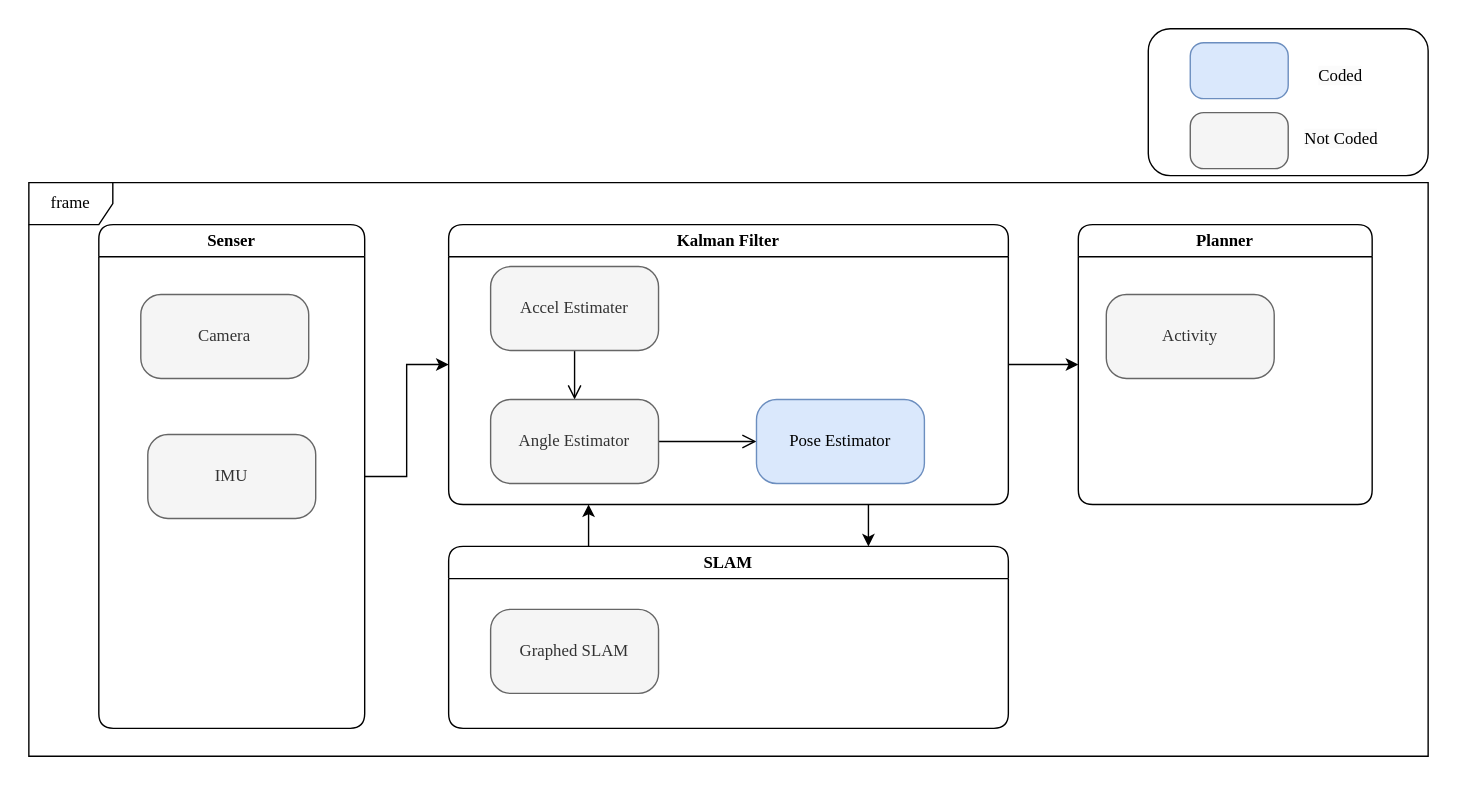
Above: static/architecture.svg in hender14/robotics (draw.io), before the change. Source tidied: cells renumbered, new cells last; positions are measured from the earlier drawing's top-left corner, leaving out a move shared by most shapes. Source of this version:
```xml
<mxGraphModel>
  <root>
    <mxCell id="0" />
    <mxCell id="1" parent="0" />
    <mxCell id="2" value="frame" style="shape=umlFrame;whiteSpace=wrap;html=1;rounded=1;shadow=0;comic=0;labelBackgroundColor=none;strokeWidth=1;fontFamily=Verdana;fontSize=12;align=center;" parent="1" vertex="1">
      <mxGeometry y="110" width="1000" height="410" as="geometry" />
    </mxCell>
    <mxCell id="3" style="edgeStyle=orthogonalEdgeStyle;rounded=0;jettySize=auto;html=1;exitX=1;exitY=0.5;exitDx=0;exitDy=0;entryX=0;entryY=0.5;entryDx=0;entryDy=0;" parent="1" edge="1" source="4" target="9">
      <mxGeometry relative="1" as="geometry" />
    </mxCell>
    <mxCell id="4" value="Senser" style="swimlane;whiteSpace=wrap;html=1;rounded=1;shadow=0;comic=0;labelBackgroundColor=none;strokeWidth=1;fontFamily=Verdana;fontSize=12;align=center;" parent="1" vertex="1">
      <mxGeometry x="50" y="140" width="190" height="360" as="geometry" />
    </mxCell>
    <mxCell id="5" value="Camera" style="rounded=1;whiteSpace=wrap;html=1;arcSize=24;fillColor=#f5f5f5;strokeColor=#666666;shadow=0;comic=0;labelBackgroundColor=none;fontFamily=Verdana;fontSize=12;fontColor=#333333;align=center;" parent="4" vertex="1">
      <mxGeometry x="30" y="50" width="120" height="60" as="geometry" />
    </mxCell>
    <mxCell id="6" value="IMU" style="rounded=1;whiteSpace=wrap;html=1;arcSize=24;fillColor=#f5f5f5;strokeColor=#666666;shadow=0;comic=0;labelBackgroundColor=none;fontFamily=Verdana;fontSize=12;fontColor=#333333;align=center;" parent="4" vertex="1">
      <mxGeometry x="35" y="150" width="120" height="60" as="geometry" />
    </mxCell>
    <mxCell id="7" style="edgeStyle=orthogonalEdgeStyle;rounded=0;jettySize=auto;html=1;exitX=1;exitY=0.5;exitDx=0;exitDy=0;entryX=0;entryY=0.5;entryDx=0;entryDy=0;" parent="1" edge="1" source="9" target="15">
      <mxGeometry relative="1" as="geometry" />
    </mxCell>
    <mxCell id="8" style="edgeStyle=orthogonalEdgeStyle;rounded=0;jettySize=auto;html=1;entryX=0.75;entryY=0;entryDx=0;entryDy=0;exitX=0.75;exitY=1;exitDx=0;exitDy=0;" parent="1" edge="1" source="9" target="18">
      <mxGeometry relative="1" as="geometry" />
    </mxCell>
    <mxCell id="9" value="Kalman Filter" style="swimlane;whiteSpace=wrap;html=1;rounded=1;shadow=0;comic=0;labelBackgroundColor=none;strokeWidth=1;fontFamily=Verdana;fontSize=12;align=center;startSize=23;" parent="1" vertex="1">
      <mxGeometry x="300" y="140" width="400" height="200" as="geometry" />
    </mxCell>
    <mxCell id="10" style="edgeStyle=elbowEdgeStyle;html=1;labelBackgroundColor=none;endArrow=open;endSize=8;strokeColor=#000000;fontFamily=Verdana;fontSize=12;align=left;" parent="9" edge="1" source="11" target="13">
      <mxGeometry relative="1" as="geometry" />
    </mxCell>
    <mxCell id="11" value="Accel Estimater" style="rounded=1;whiteSpace=wrap;html=1;arcSize=24;shadow=0;comic=0;labelBackgroundColor=none;fontFamily=Verdana;fontSize=12;align=center;fillColor=#f5f5f5;fontColor=#333333;strokeColor=#666666;" parent="9" vertex="1">
      <mxGeometry x="30" y="30" width="120" height="60" as="geometry" />
    </mxCell>
    <mxCell id="12" style="edgeStyle=elbowEdgeStyle;html=1;labelBackgroundColor=none;endArrow=open;endSize=8;strokeColor=#000000;fontFamily=Verdana;fontSize=12;align=left;" parent="9" edge="1" source="13" target="14">
      <mxGeometry relative="1" as="geometry" />
    </mxCell>
    <mxCell id="13" value="Angle Estimator" style="rounded=1;whiteSpace=wrap;html=1;arcSize=24;fillColor=#f5f5f5;strokeColor=#666666;shadow=0;comic=0;labelBackgroundColor=none;fontFamily=Verdana;fontSize=12;fontColor=#333333;align=center;" parent="9" vertex="1">
      <mxGeometry x="30" y="125" width="120" height="60" as="geometry" />
    </mxCell>
    <mxCell id="14" value="Pose Estimator" style="rounded=1;whiteSpace=wrap;html=1;arcSize=24;fillColor=#dae8fc;strokeColor=#6c8ebf;shadow=0;comic=0;labelBackgroundColor=none;fontFamily=Verdana;fontSize=12;align=center;" parent="9" vertex="1">
      <mxGeometry x="220" y="125" width="120" height="60" as="geometry" />
    </mxCell>
    <mxCell id="15" value="Planner" style="swimlane;whiteSpace=wrap;html=1;rounded=1;shadow=0;comic=0;labelBackgroundColor=none;strokeWidth=1;fontFamily=Verdana;fontSize=12;align=center;startSize=23;" parent="1" vertex="1">
      <mxGeometry x="750" y="140" width="210" height="200" as="geometry" />
    </mxCell>
    <mxCell id="16" value="Activity" style="rounded=1;whiteSpace=wrap;html=1;arcSize=24;fillColor=#f5f5f5;strokeColor=#666666;shadow=0;comic=0;labelBackgroundColor=none;fontFamily=Verdana;fontSize=12;fontColor=#333333;align=center;" parent="15" vertex="1">
      <mxGeometry x="20" y="50" width="120" height="60" as="geometry" />
    </mxCell>
    <mxCell id="17" style="edgeStyle=orthogonalEdgeStyle;rounded=0;jettySize=auto;html=1;exitX=0.25;exitY=0;exitDx=0;exitDy=0;entryX=0.25;entryY=1;entryDx=0;entryDy=0;" parent="1" edge="1" source="18" target="9">
      <mxGeometry relative="1" as="geometry" />
    </mxCell>
    <mxCell id="18" value="SLAM" style="swimlane;whiteSpace=wrap;html=1;rounded=1;shadow=0;comic=0;labelBackgroundColor=none;strokeWidth=1;fontFamily=Verdana;fontSize=12;align=center;startSize=23;" parent="1" vertex="1">
      <mxGeometry x="300" y="370" width="400" height="130" as="geometry" />
    </mxCell>
    <mxCell id="19" value="Graphed SLAM" style="rounded=1;whiteSpace=wrap;html=1;arcSize=24;fillColor=#f5f5f5;strokeColor=#666666;shadow=0;comic=0;labelBackgroundColor=none;fontFamily=Verdana;fontSize=12;fontColor=#333333;align=center;" parent="18" vertex="1">
      <mxGeometry x="30" y="45" width="120" height="60" as="geometry" />
    </mxCell>
    <mxCell id="20" style="group;" parent="1" vertex="1">
      <mxGeometry x="800" width="200" height="105" as="geometry" />
    </mxCell>
    <mxCell id="21" style="rounded=1;whiteSpace=wrap;html=1;fillColor=none;" parent="20" vertex="1">
      <mxGeometry width="200" height="105" as="geometry" />
    </mxCell>
    <mxCell id="22" style="rounded=1;whiteSpace=wrap;html=1;arcSize=24;fillColor=#f5f5f5;strokeColor=#666666;shadow=0;comic=0;labelBackgroundColor=none;fontFamily=Verdana;fontSize=12;fontColor=#333333;align=center;" parent="20" vertex="1">
      <mxGeometry x="30" y="60" width="70" height="40" as="geometry" />
    </mxCell>
    <mxCell id="23" style="rounded=1;whiteSpace=wrap;html=1;arcSize=24;fillColor=#dae8fc;strokeColor=#6c8ebf;shadow=0;comic=0;labelBackgroundColor=none;fontFamily=Verdana;fontSize=12;align=center;" parent="20" vertex="1">
      <mxGeometry x="30" y="10" width="70" height="40" as="geometry" />
    </mxCell>
    <mxCell id="24" value="&lt;span style=&quot;color: rgb(0, 0, 0); font-family: Verdana; font-size: 12px; font-style: normal; font-variant-ligatures: normal; font-variant-caps: normal; font-weight: 400; letter-spacing: normal; orphans: 2; text-align: center; text-indent: 0px; text-transform: none; widows: 2; word-spacing: 0px; -webkit-text-stroke-width: 0px; background-color: rgb(251, 251, 251); text-decoration-thickness: initial; text-decoration-style: initial; text-decoration-color: initial; float: none; display: inline !important;&quot;&gt;Coded&lt;/span&gt;" style="text;whiteSpace=wrap;html=1;" parent="20" vertex="1">
      <mxGeometry x="120" y="20" width="40" height="20" as="geometry" />
    </mxCell>
    <mxCell id="25" value="&lt;span style=&quot;color: rgb(0, 0, 0); font-family: Verdana; font-size: 12px; font-style: normal; font-variant-ligatures: normal; font-variant-caps: normal; font-weight: 400; letter-spacing: normal; orphans: 2; text-align: center; text-indent: 0px; text-transform: none; widows: 2; word-spacing: 0px; -webkit-text-stroke-width: 0px; background-color: rgb(251, 251, 251); text-decoration-thickness: initial; text-decoration-style: initial; text-decoration-color: initial; float: none; display: inline !important;&quot;&gt;Not Coded&lt;/span&gt;" style="text;whiteSpace=wrap;html=1;" parent="20" vertex="1">
      <mxGeometry x="110" y="65" width="80" height="30" as="geometry" />
    </mxCell>
  </root>
</mxGraphModel>
```
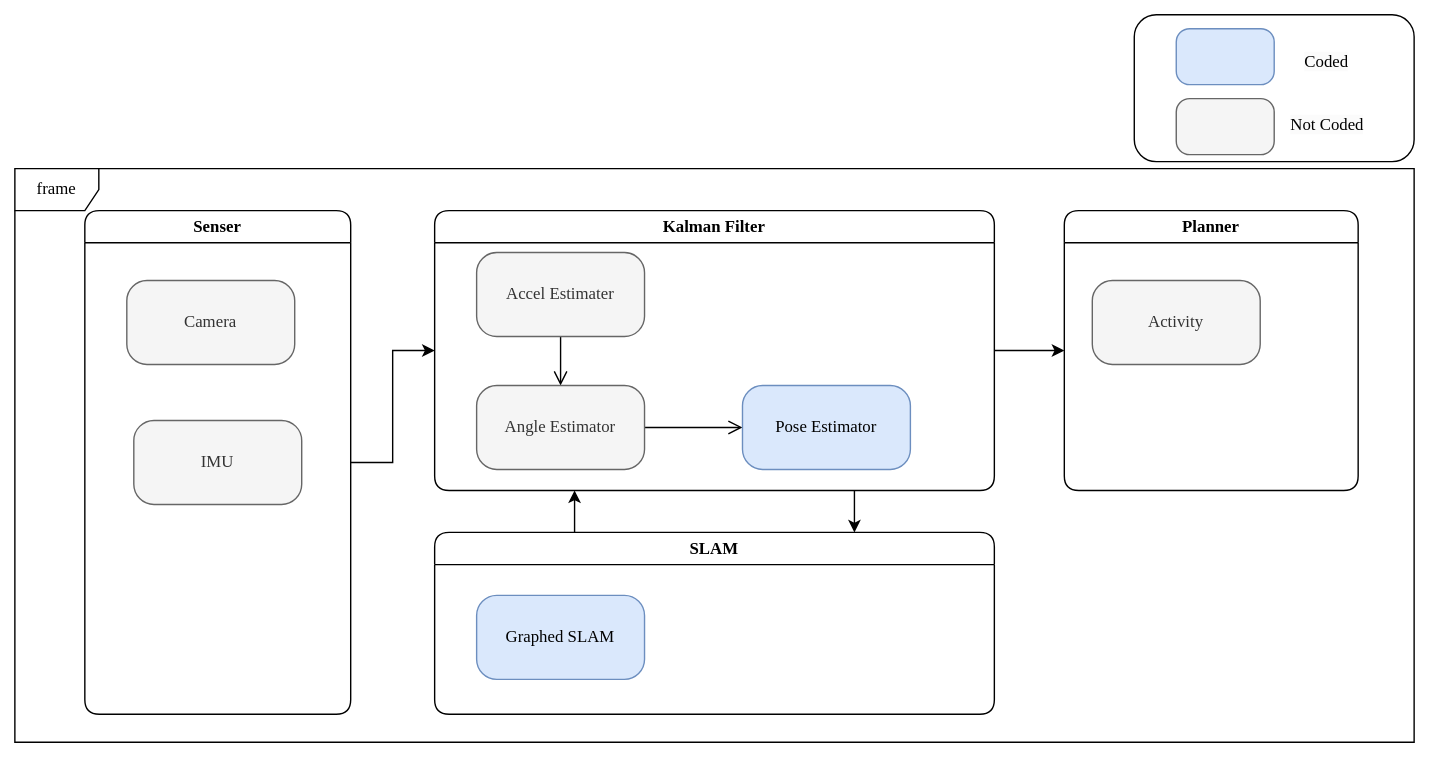
Above is the later version.

Change to the diagram source:
```diff
@@ -53,7 +53,7 @@
     <mxCell id="18" value="SLAM" style="swimlane;whiteSpace=wrap;html=1;rounded=1;shadow=0;comic=0;labelBackgroundColor=none;strokeWidth=1;fontFamily=Verdana;fontSize=12;align=center;startSize=23;" parent="1" vertex="1">
       <mxGeometry x="300" y="370" width="400" height="130" as="geometry" />
     </mxCell>
-    <mxCell id="19" value="Graphed SLAM" style="rounded=1;whiteSpace=wrap;html=1;arcSize=24;fillColor=#f5f5f5;strokeColor=#666666;shadow=0;comic=0;labelBackgroundColor=none;fontFamily=Verdana;fontSize=12;fontColor=#333333;align=center;" parent="18" vertex="1">
+    <mxCell id="19" value="Graphed SLAM" style="rounded=1;whiteSpace=wrap;html=1;arcSize=24;fillColor=#dae8fc;strokeColor=#6c8ebf;shadow=0;comic=0;labelBackgroundColor=none;fontFamily=Verdana;fontSize=12;align=center;" parent="18" vertex="1">
       <mxGeometry x="30" y="45" width="120" height="60" as="geometry" />
     </mxCell>
     <mxCell id="20" style="group;" parent="1" vertex="1">
```
